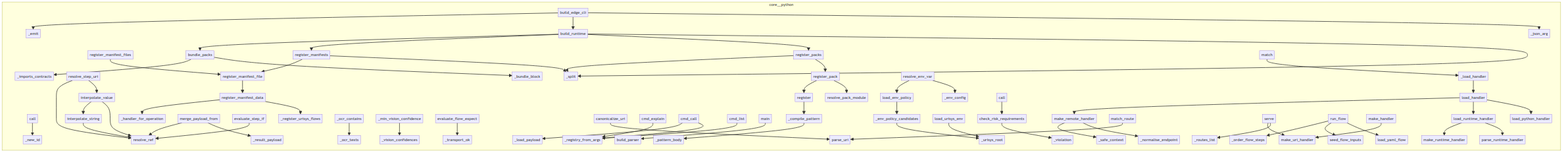
The Mermaid diagram project/calls.png in tellmesh/uricore, before a commit. Its source is kept beside it as project/calls.mmd.
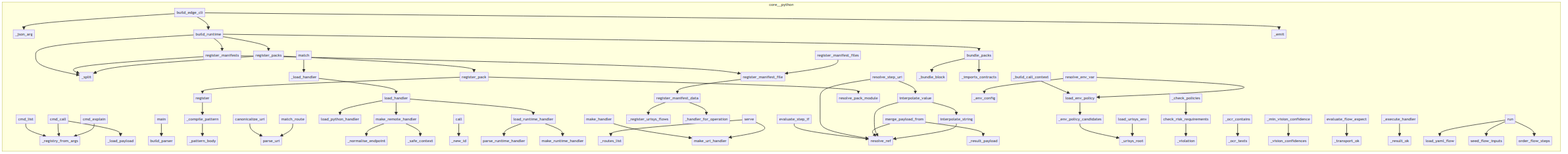
Above is the later version.

What changed in the source:
```diff
@@ -1,84 +1,104 @@
 flowchart LR
     subgraph core__python
+        core__python__uri_control__edge__compose___split["_split"]
+        core__python__uri_control__edge__runtime__make_handler["make_handler"]
+        core__python__uri_control__edge__flow__loader__load_yaml_flow["load_yaml_flow"]
+        core__python__uri_control__cli__build_parser["build_parser"]
+        core__python__uri_control__handlers__make_remote_handler["make_remote_handler"]
+        core__python__uri_control__edge__flow_refs__evaluate_step_if["evaluate_step_if"]
+        core__python__uri_control__edge__compose___bundle_block["_bundle_block"]
+        core__python__uri_control__edge__http___routes_list["_routes_list"]
+        core__python__uri_control__edge__compose__register_pack["register_pack"]
+        core__python__uri_control__edge__flow__steps__order_flow_steps["order_flow_steps"]
+        core__python__uri_control__edge__flow_refs__interpolate_value["interpolate_value"]
+        core__python__uri_control__handlers___normalise_endpoint["_normalise_endpoint"]
+        core__python__uri_control__edge__compose__bundle_packs["bundle_packs"]
+        core__python__uri_control__edge__env__load_env_policy["load_env_policy"]
+        core__python__uri_control__registry___compile_pattern["_compile_pattern"]
+        core__python__uri_control__registry__CapabilityRegistry__match["match"]
+        core__python__uri_control__cli__cmd_list["cmd_list"]
+        core__python__uri_control__registry___pattern_body["_pattern_body"]
+        core__python__uri_control__edge__flow_expect__evaluate_flow_expect["evaluate_flow_expect"]
+        core__python__uri_control__edge__runtime__Runtime___execute_handler["_execute_handler"]
+        core__python__uri_control__cli__cmd_call["cmd_call"]
+        core__python__uri_control__cli__main["main"]
+        core__python__uri_control__edge__env__load_urisys_env["load_urisys_env"]
+        core__python__uri_control__edge__cli__build_edge_cli["build_edge_cli"]
+        core__python__uri_control__cli___load_payload["_load_payload"]
+        core__python__uri_control__cli___registry_from_args["_registry_from_args"]
         core__python__uri_control__edge__env___env_config["_env_config"]
-        core__python__uri_control__edge__runtime__Runtime__call["call"]
+        core__python__uri_control__edge__flow_refs___result_payload["_result_payload"]
+        core__python__uri_control__runtime_handlers__make_runtime_handler["make_runtime_handler"]
+        core__python__uri_control__edge__flow_refs__resolve_step_uri["resolve_step_uri"]
+        core__python__uri_control__edge__env___env_policy_candidates["_env_policy_candidates"]
+        core__python__uri_control__edge__manifest___register_urisys_flows["_register_urisys_flows"]
+        core__python__uri_control__registry__CapabilityRegistry__match_route["match_route"]
         core__python__uri_control__runtime_handlers__parse_runtime_handler["parse_runtime_handler"]
-        core__python__uri_control__edge__compose__register_pack["register_pack"]
-        core__python__uri_control__edge__flow_refs__evaluate_step_if["evaluate_step_if"]
-        core__python__uri_control__edge__risk_policy___violation["_violation"]
-        core__python__uri_control__edge__env__resolve_env_var["resolve_env_var"]
-        core__python__uri_control__cli___registry_from_args["_registry_from_args"]
-        core__python__uri_control__runtime_handlers__make_runtime_handler["make_runtime_handler"]
+        core__python__uri_control__edge__http__make_uri_handler["make_uri_handler"]
+        core__python__uri_control__edge__cli___json_arg["_json_arg"]
+        core__python__uri_control__edge__compose__resolve_pack_module["resolve_pack_module"]
+        core__python__uri_control__handlers___safe_context["_safe_context"]
+        core__python__uri_control__edge__compose__build_runtime["build_runtime"]
+        core__python__uri_control__edge__compose__register_packs["register_packs"]
+        core__python__uri_control__edge__compose__register_manifests["register_manifests"]
         core__python__uri_control__edge__compose___imports_contracts["_imports_contracts"]
-        core__python__uri_control__edge__compose__resolve_pack_module["resolve_pack_module"]
-        core__python__uri_control__edge__compose___bundle_block["_bundle_block"]
-        core__python__uri_control__edge__flow_expect___ocr_contains["_ocr_contains"]
+        core__python__uri_control__edge__flow_refs__interpolate_string["interpolate_string"]
+        core__python__uri_control__handlers__load_handler["load_handler"]
+        core__python__uri_control__edge__runtime__Runtime___build_call_context["_build_call_context"]
+        core__python__uri_control__edge__flow_refs__merge_payload_from["merge_payload_from"]
         core__python__uri_control__edge__http__serve["serve"]
         core__python__uri_control__edge__manifest__register_manifest_files["register_manifest_files"]
+        core__python__uri_control__edge__cli___emit["_emit"]
+        core__python__uri_control__edge__flow_expect___ocr_texts["_ocr_texts"]
         core__python__uri_control__edge__flow_refs__seed_flow_inputs["seed_flow_inputs"]
+        core__python__uri_control__edge__manifest__register_manifest_data["register_manifest_data"]
+        core__python__uri_control__edge__env__resolve_env_var["resolve_env_var"]
+        core__python__uri_control__parser__parse_uri["parse_uri"]
+        core__python__uri_control__edge__flow__runner__FlowRunner__run["run"]
+        core__python__uri_control__cli__cmd_explain["cmd_explain"]
+        core__python__uri_control__edge__flow_expect___vision_confidences["_vision_confidences"]
+        core__python__uri_control__edge__flow_expect___ocr_contains["_ocr_contains"]
+        core__python__uri_control__edge__risk_policy__check_risk_requirements["check_risk_requirements"]
+        core__python__uri_control__runtime_handlers__load_runtime_handler["load_runtime_handler"]
+        core__python__uri_control__registry__CapabilityRegistry__register["register"]
+        core__python__uri_control__parser__canonicalize_uri["canonicalize_uri"]
+        core__python__uri_control__edge__flow_refs__resolve_ref["resolve_ref"]
+        core__python__uri_control__dispatcher__UriControlRuntime__call["call"]
         core__python__uri_control__edge__manifest__register_manifest_file["register_manifest_file"]
+        core__python__uri_control__edge__manifest___handler_for_operation["_handler_for_operation"]
+        core__python__uri_control__edge__flow_expect___min_vision_confidence["_min_vision_confidence"]
+        core__python__uri_control__edge__risk_policy___violation["_violation"]
+        core__python__uri_control__edge__flow_expect___transport_ok["_transport_ok"]
+        core__python__uri_control__handlers__load_python_handler["load_python_handler"]
+        core__python__uri_control__edge__runtime__Runtime___load_handler["_load_handler"]
+        core__python__uri_control__edge__runtime__Runtime___check_policies["_check_policies"]
+        core__python__uri_control__dispatcher___new_id["_new_id"]
         core__python__uri_control__edge__env___urisys_root["_urisys_root"]
-        core__python__uri_control__cli__cmd_explain["cmd_explain"]
-        core__python__uri_control__parser__canonicalize_uri["canonicalize_uri"]
-        core__python__uri_control__edge__env__load_urisys_env["load_urisys_env"]
-        core__python__uri_control__edge__flow_expect__evaluate_flow_expect["evaluate_flow_expect"]
-        core__python__uri_control__edge__manifest___handler_for_operation["_handler_for_operation"]
-        core__python__uri_control__runtime_handlers__load_runtime_handler["load_runtime_handler"]
-        core__python__uri_control__edge__runtime__run_flow["run_flow"]
-        core__python__uri_control__edge__flow_refs___result_payload["_result_payload"]
-        core__python__uri_control__registry__CapabilityRegistry__register["register"]
-        core__python__uri_control__cli__cmd_list["cmd_list"]
-        core__python__uri_control__cli__main["main"]
-        core__python__uri_control__handlers___normalise_endpoint["_normalise_endpoint"]
-        core__python__uri_control__edge__flow_refs__resolve_step_uri["resolve_step_uri"]
-        core__python__uri_control__handlers___safe_context["_safe_context"]
-        core__python__uri_control__edge__manifest___register_urisys_flows["_register_urisys_flows"]
-        core__python__uri_control__edge__env__load_env_policy["load_env_policy"]
-        core__python__uri_control__edge__cli__build_edge_cli["build_edge_cli"]
-        core__python__uri_control__edge__compose__bundle_packs["bundle_packs"]
-        core__python__uri_control__edge__cli___json_arg["_json_arg"]
-        core__python__uri_control__edge__manifest__register_manifest_data["register_manifest_data"]
-        core__python__uri_control__edge__http___routes_list["_routes_list"]
-        core__python__uri_control__dispatcher__UriControlRuntime__call["call"]
-        core__python__uri_control__edge__flow_refs__merge_payload_from["merge_payload_from"]
-        core__python__uri_control__registry___compile_pattern["_compile_pattern"]
-        core__python__uri_control__edge__flow_expect___min_vision_confidence["_min_vision_confidence"]
-        core__python__uri_control__edge__runtime__load_yaml_flow["load_yaml_flow"]
-        core__python__uri_control__handlers__load_handler["load_handler"]
-        core__python__uri_control__edge__flow_refs__interpolate_string["interpolate_string"]
-        core__python__uri_control__edge__flow_refs__interpolate_value["interpolate_value"]
-        core__python__uri_control__registry__CapabilityRegistry__match["match"]
-        core__python__uri_control__parser__parse_uri["parse_uri"]
-        core__python__uri_control__cli__build_parser["build_parser"]
-        core__python__uri_control__dispatcher___new_id["_new_id"]
-        core__python__uri_control__handlers__make_remote_handler["make_remote_handler"]
-        core__python__uri_control__edge__compose__register_packs["register_packs"]
-        core__python__uri_control__edge__env___env_policy_candidates["_env_policy_candidates"]
-        core__python__uri_control__edge__http__make_uri_handler["make_uri_handler"]
-        core__python__uri_control__edge__compose__register_manifests["register_manifests"]
-        core__python__uri_control__edge__flow_expect___vision_confidences["_vision_confidences"]
-        core__python__uri_control__registry__CapabilityRegistry__match_route["match_route"]
-        core__python__uri_control__edge__runtime__make_handler["make_handler"]
-        core__python__uri_control__edge__risk_policy__check_risk_requirements["check_risk_requirements"]
-        core__python__uri_control__edge__compose__build_runtime["build_runtime"]
-        core__python__uri_control__edge__flow_expect___transport_ok["_transport_ok"]
-        core__python__uri_control__cli__cmd_call["cmd_call"]
-        core__python__uri_control__cli___load_payload["_load_payload"]
-        core__python__uri_control__registry___pattern_body["_pattern_body"]
-        core__python__uri_control__edge__runtime__Runtime___load_handler["_load_handler"]
-        core__python__uri_control__edge__flow_expect___ocr_texts["_ocr_texts"]
-        core__python__uri_control__handlers__load_python_handler["load_python_handler"]
-        core__python__uri_control__edge__runtime___order_flow_steps["_order_flow_steps"]
-        core__python__uri_control__edge__flow_refs__resolve_ref["resolve_ref"]
-        core__python__uri_control__edge__cli___emit["_emit"]
-        core__python__uri_control__edge__compose___split["_split"]
+        core__python__uri_control__edge__runtime___result_ok["_result_ok"]
     end
+    core__python__uri_control__cli__cmd_explain --> core__python__uri_control__cli___registry_from_args
+    core__python__uri_control__cli__cmd_call --> core__python__uri_control__cli___registry_from_args
+    core__python__uri_control__cli__cmd_call --> core__python__uri_control__cli___load_payload
+    core__python__uri_control__cli__cmd_list --> core__python__uri_control__cli___registry_from_args
+    core__python__uri_control__cli__main --> core__python__uri_control__cli__build_parser
+    core__python__uri_control__registry___compile_pattern --> core__python__uri_control__registry___pattern_body
+    core__python__uri_control__registry__CapabilityRegistry__register --> core__python__uri_control__registry___compile_pattern
+    core__python__uri_control__registry__CapabilityRegistry__match_route --> core__python__uri_control__parser__parse_uri
+    core__python__uri_control__registry__CapabilityRegistry__match --> core__python__uri_control__edge__runtime__Runtime___load_handler
+    core__python__uri_control__handlers__make_remote_handler --> core__python__uri_control__handlers___normalise_endpoint
+    core__python__uri_control__handlers__make_remote_handler --> core__python__uri_control__handlers___safe_context
+    core__python__uri_control__handlers__load_handler --> core__python__uri_control__handlers__load_python_handler
+    core__python__uri_control__handlers__load_handler --> core__python__uri_control__runtime_handlers__load_runtime_handler
+    core__python__uri_control__handlers__load_handler --> core__python__uri_control__handlers__make_remote_handler
+    core__python__uri_control__parser__canonicalize_uri --> core__python__uri_control__parser__parse_uri
     core__python__uri_control__dispatcher__UriControlRuntime__call --> core__python__uri_control__dispatcher___new_id
     core__python__uri_control__runtime_handlers__load_runtime_handler --> core__python__uri_control__runtime_handlers__parse_runtime_handler
     core__python__uri_control__runtime_handlers__load_runtime_handler --> core__python__uri_control__runtime_handlers__make_runtime_handler
     core__python__uri_control__edge__cli__build_edge_cli --> core__python__uri_control__edge__cli___json_arg
     core__python__uri_control__edge__cli__build_edge_cli --> core__python__uri_control__edge__compose__build_runtime
     core__python__uri_control__edge__cli__build_edge_cli --> core__python__uri_control__edge__cli___emit
+    core__python__uri_control__edge__http__serve --> core__python__uri_control__edge__http___routes_list
+    core__python__uri_control__edge__http__serve --> core__python__uri_control__edge__http__make_uri_handler
     core__python__uri_control__edge__manifest__register_manifest_file --> core__python__uri_control__edge__manifest__register_manifest_data
     core__python__uri_control__edge__manifest__register_manifest_data --> core__python__uri_control__edge__manifest___register_urisys_flows
     core__python__uri_control__edge__manifest__register_manifest_data --> core__python__uri_control__edge__manifest___handler_for_operation
@@ -103,35 +123,20 @@
     core__python__uri_control__edge__compose__build_runtime --> core__python__uri_control__edge__compose__register_packs
     core__python__uri_control__edge__compose__build_runtime --> core__python__uri_control__edge__compose__register_manifests
     core__python__uri_control__edge__compose__build_runtime --> core__python__uri_control__edge__compose__bundle_packs
-    core__python__uri_control__edge__risk_policy__check_risk_requirements --> core__python__uri_control__edge__risk_policy___violation
-    core__python__uri_control__edge__flow_expect___ocr_contains --> core__python__uri_control__edge__flow_expect___ocr_texts
-    core__python__uri_control__edge__flow_expect___min_vision_confidence --> core__python__uri_control__edge__flow_expect___vision_confidences
-    core__python__uri_control__edge__flow_expect__evaluate_flow_expect --> core__python__uri_control__edge__flow_expect___transport_ok
-    core__python__uri_control__parser__canonicalize_uri --> core__python__uri_control__parser__parse_uri
-    core__python__uri_control__cli__cmd_explain --> core__python__uri_control__cli___registry_from_args
-    core__python__uri_control__cli__cmd_call --> core__python__uri_control__cli___registry_from_args
-    core__python__uri_control__cli__cmd_call --> core__python__uri_control__cli___load_payload
-    core__python__uri_control__cli__cmd_list --> core__python__uri_control__cli___registry_from_args
-    core__python__uri_control__cli__main --> core__python__uri_control__cli__build_parser
-    core__python__uri_control__handlers__make_remote_handler --> core__python__uri_control__handlers___normalise_endpoint
-    core__python__uri_control__handlers__make_remote_handler --> core__python__uri_control__handlers___safe_context
-    core__python__uri_control__handlers__load_handler --> core__python__uri_control__handlers__load_python_handler
-    core__python__uri_control__handlers__load_handler --> core__python__uri_control__runtime_handlers__load_runtime_handler
-    core__python__uri_control__handlers__load_handler --> core__python__uri_control__handlers__make_remote_handler
     core__python__uri_control__edge__env__load_urisys_env --> core__python__uri_control__edge__env___urisys_root
     core__python__uri_control__edge__env___env_policy_candidates --> core__python__uri_control__edge__env___urisys_root
     core__python__uri_control__edge__env__load_env_policy --> core__python__uri_control__edge__env___env_policy_candidates
     core__python__uri_control__edge__env__resolve_env_var --> core__python__uri_control__edge__env___env_config
     core__python__uri_control__edge__env__resolve_env_var --> core__python__uri_control__edge__env__load_env_policy
-    core__python__uri_control__registry___compile_pattern --> core__python__uri_control__registry___pattern_body
-    core__python__uri_control__registry__CapabilityRegistry__register --> core__python__uri_control__registry___compile_pattern
-    core__python__uri_control__registry__CapabilityRegistry__match_route --> core__python__uri_control__parser__parse_uri
-    core__python__uri_control__registry__CapabilityRegistry__match --> core__python__uri_control__edge__runtime__Runtime___load_handler
-    core__python__uri_control__edge__http__serve --> core__python__uri_control__edge__http___routes_list
-    core__python__uri_control__edge__http__serve --> core__python__uri_control__edge__http__make_uri_handler
+    core__python__uri_control__edge__risk_policy__check_risk_requirements --> core__python__uri_control__edge__risk_policy___violation
+    core__python__uri_control__edge__flow_expect___ocr_contains --> core__python__uri_control__edge__flow_expect___ocr_texts
+    core__python__uri_control__edge__flow_expect___min_vision_confidence --> core__python__uri_control__edge__flow_expect___vision_confidences
+    core__python__uri_control__edge__flow_expect__evaluate_flow_expect --> core__python__uri_control__edge__flow_expect___transport_ok
     core__python__uri_control__edge__runtime__Runtime___load_handler --> core__python__uri_control__handlers__load_handler
-    core__python__uri_control__edge__runtime__Runtime__call --> core__python__uri_control__edge__risk_policy__check_risk_requirements
-    core__python__uri_control__edge__runtime__run_flow --> core__python__uri_control__edge__runtime__load_yaml_flow
-    core__python__uri_control__edge__runtime__run_flow --> core__python__uri_control__edge__flow_refs__seed_flow_inputs
-    core__python__uri_control__edge__runtime__run_flow --> core__python__uri_control__edge__runtime___order_flow_steps
+    core__python__uri_control__edge__runtime__Runtime___check_policies --> core__python__uri_control__edge__risk_policy__check_risk_requirements
+    core__python__uri_control__edge__runtime__Runtime___build_call_context --> core__python__uri_control__edge__env__load_env_policy
+    core__python__uri_control__edge__runtime__Runtime___execute_handler --> core__python__uri_control__edge__runtime___result_ok
     core__python__uri_control__edge__runtime__make_handler --> core__python__uri_control__edge__http__make_uri_handler
+    core__python__uri_control__edge__flow__runner__FlowRunner__run --> core__python__uri_control__edge__flow__loader__load_yaml_flow
+    core__python__uri_control__edge__flow__runner__FlowRunner__run --> core__python__uri_control__edge__flow_refs__seed_flow_inputs
+    core__python__uri_control__edge__flow__runner__FlowRunner__run --> core__python__uri_control__edge__flow__steps__order_flow_steps
```
